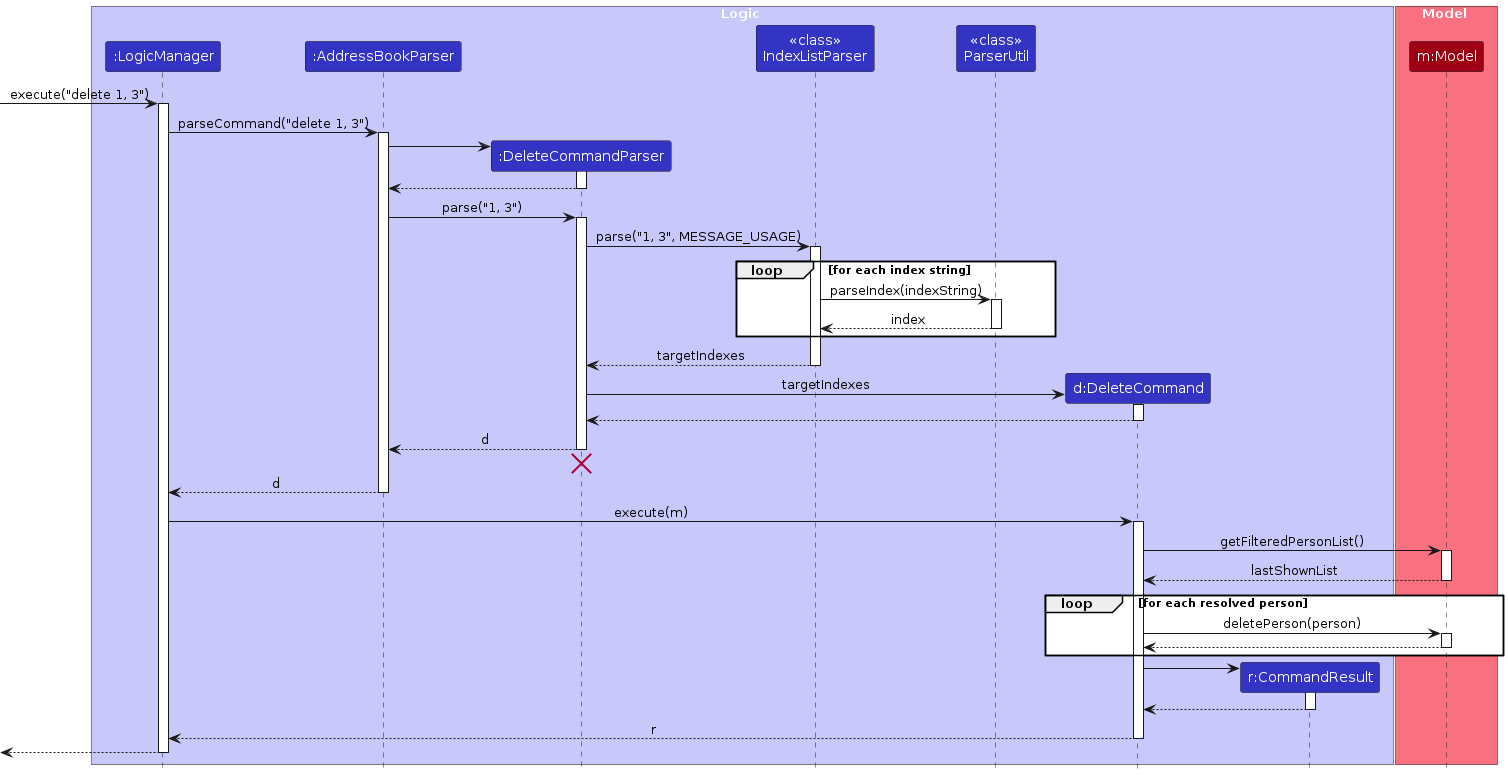
This is diagrams/DeleteSequenceDiagram.png from AY2627S1-CS2103T-T08-4/tp, a PlantUML export, as it was before one commit. Its source is kept beside it as diagrams/DeleteSequenceDiagram.puml.
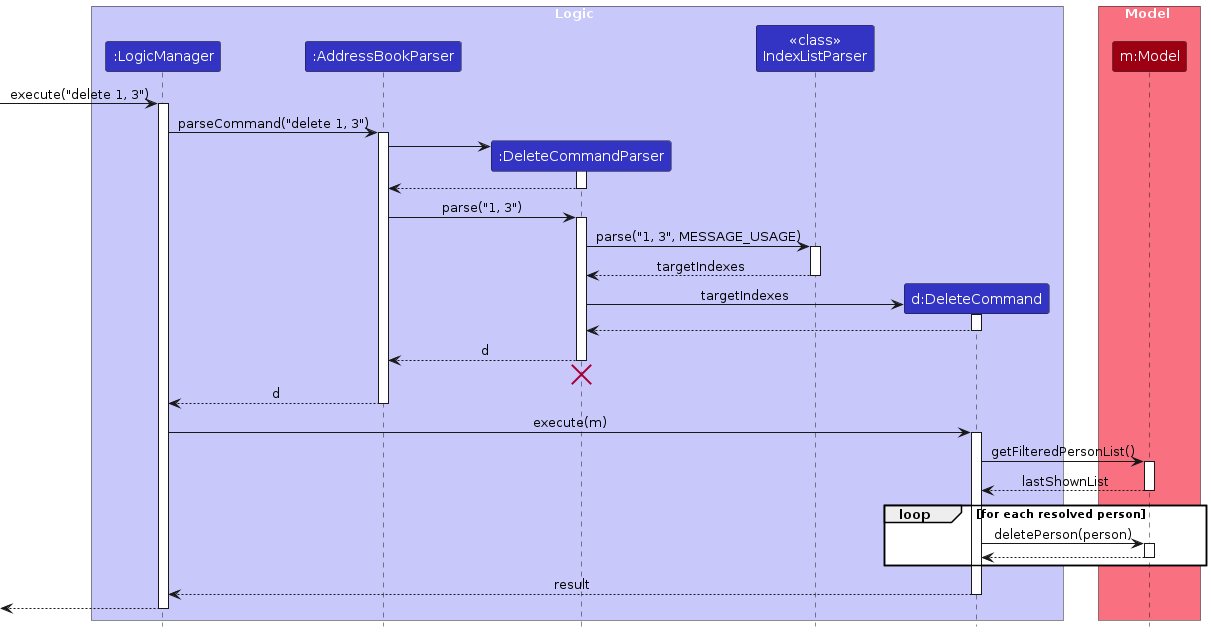
After the commit.

Diff of the diagram source:
```diff
@@ -7,9 +7,7 @@
 participant ":AddressBookParser" as AddressBookParser LOGIC_COLOR
 participant ":DeleteCommandParser" as DeleteCommandParser LOGIC_COLOR
 participant "<<class>>\nIndexListParser" as IndexListParser LOGIC_COLOR
-participant "<<class>>\nParserUtil" as ParserUtil LOGIC_COLOR
 participant "d:DeleteCommand" as DeleteCommand LOGIC_COLOR
-participant "r:CommandResult" as CommandResult LOGIC_COLOR
 end box
 
 box Model MODEL_COLOR_T1
@@ -34,13 +32,6 @@
 
 DeleteCommandParser -> IndexListParser : parse("1, 3", MESSAGE_USAGE)
 activate IndexListParser
-
-loop for each index string
-    IndexListParser -> ParserUtil : parseIndex(indexString)
-    activate ParserUtil
-    ParserUtil --> IndexListParser : index
-    deactivate ParserUtil
-end
 
 IndexListParser --> DeleteCommandParser : targetIndexes
 deactivate IndexListParser
@@ -75,14 +66,7 @@
     deactivate Model
 end
 
-create CommandResult
-DeleteCommand -> CommandResult
-activate CommandResult
-
-CommandResult --> DeleteCommand
-deactivate CommandResult
-
-DeleteCommand --> LogicManager : r
+DeleteCommand --> LogicManager : result
 deactivate DeleteCommand
 
 [<--LogicManager
```
